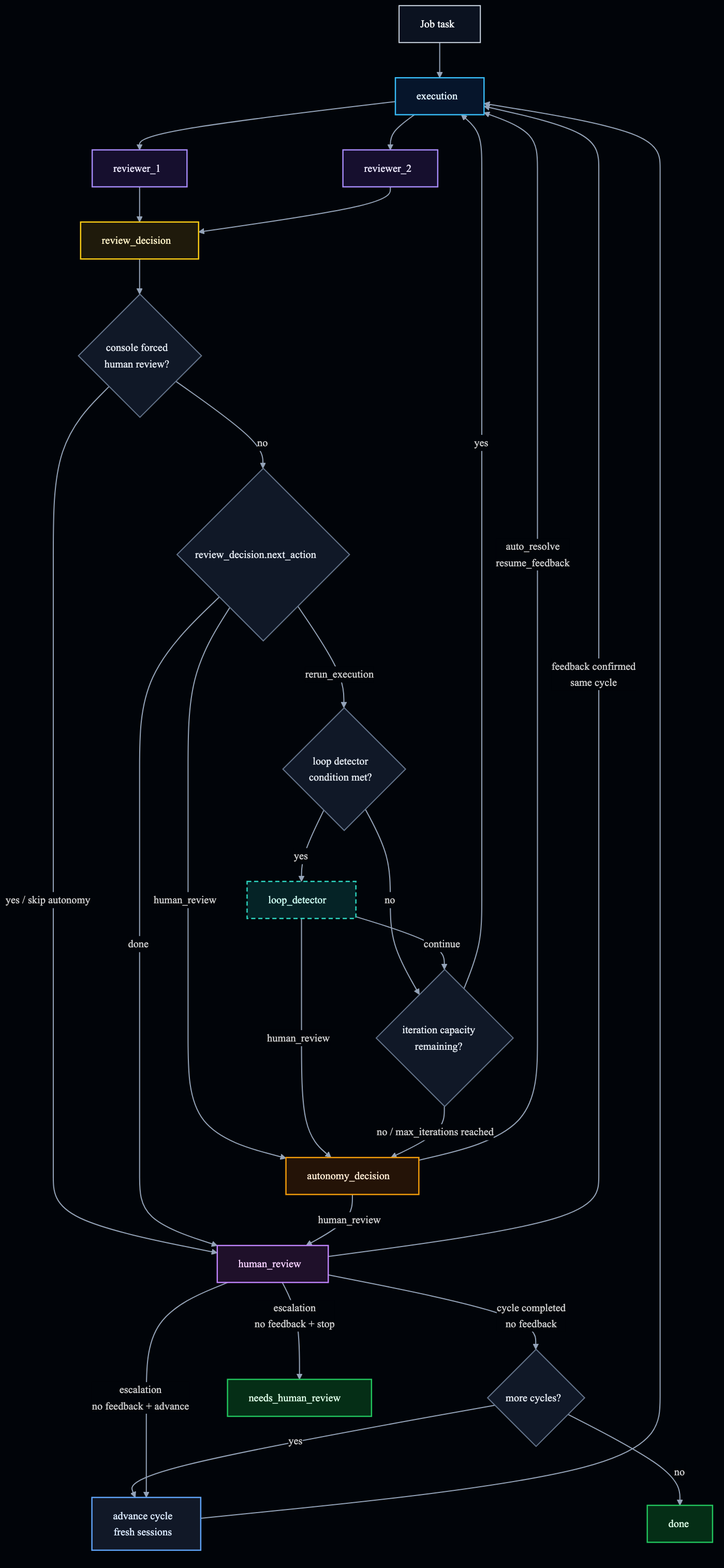
Earlier version of the Mermaid export docs/diagrams/workflow.png (LuWangStudio/council-agentflow). Its source is kept beside it as docs/diagrams/workflow.mmd.
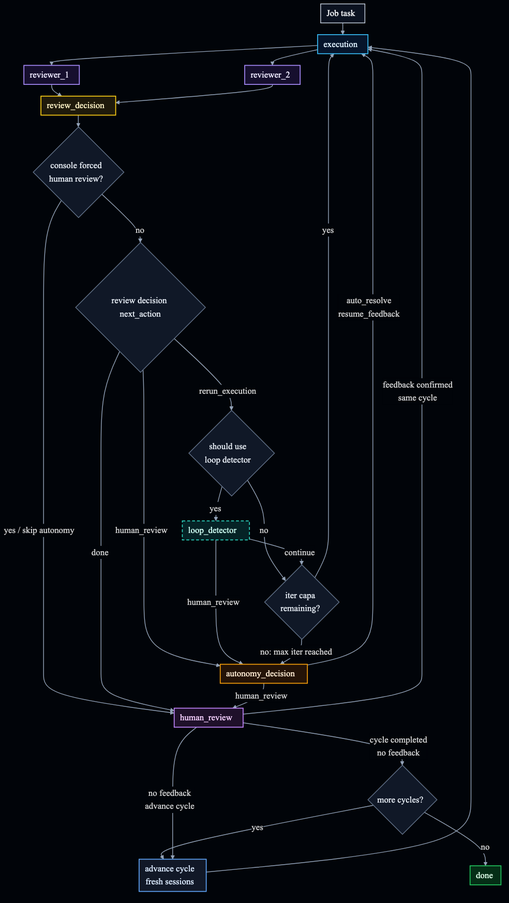
The same file after the commit.

The edit, as a diff of the source:
```diff
@@ -1,4 +1,4 @@
-%%{init: {"theme":"dark","themeVariables":{"background":"#010409","primaryColor":"#0f172a","primaryTextColor":"#f8fafc","primaryBorderColor":"#64748b","lineColor":"#94a3b8","secondaryColor":"#111827","tertiaryColor":"#010409","edgeLabelBackground":"#010409","fontFamily":"Inter, ui-sans-serif, system-ui, -apple-system, BlinkMacSystemFont, Segoe UI, sans-serif","fontSize":"15px"},"flowchart":{"htmlLabels":true,"curve":"basis"}}}%%
+%%{init: {"theme":"dark","themeVariables":{"background":"#010409","primaryColor":"#0f172a","primaryTextColor":"#f8fafc","primaryBorderColor":"#64748b","lineColor":"#94a3b8","secondaryColor":"#111827","tertiaryColor":"#010409","edgeLabelBackground":"#010409","fontFamily":"Inter, ui-sans-serif, system-ui, -apple-system, BlinkMacSystemFont, Segoe UI, sans-serif","fontSize":"18px"},"flowchart":{"htmlLabels":true,"curve":"basis","nodeSpacing":20,"rankSpacing":24,"padding":6}}}%%
 flowchart TD
     job[Job task] --> execution[execution]
 
@@ -9,19 +9,19 @@
 
     review_decision --> force_check{console forced<br/>human review?}
     force_check -->|yes / skip autonomy| human_review[human_review]
-    force_check -->|no| next_action{review_decision.next_action}
+    force_check -->|no| next_action{review decision next_action}
 
     next_action -->|done| human_review
     next_action -->|human_review| autonomy_decision[autonomy_decision]
-    next_action -->|rerun_execution| loop_check{loop detector<br/>condition met?}
+    next_action -->|rerun_execution| loop_check{should use<br/>loop detector}
 
     loop_check -->|yes| loop_detector[loop_detector]
-    loop_check -->|no| iteration_capacity{iteration capacity<br/>remaining?}
+    loop_check -->|no| iteration_capacity{iter capa<br/>remaining?}
     loop_detector -->|continue| iteration_capacity
     loop_detector -->|human_review| autonomy_decision
 
     iteration_capacity -->|yes| execution
-    iteration_capacity -->|no / max_iterations reached| autonomy_decision
+    iteration_capacity -->|no: max iter reached| autonomy_decision
 
     autonomy_decision -->|auto_resolve<br/>resume_feedback| execution
     autonomy_decision -->|human_review| human_review
@@ -31,8 +31,7 @@
     cycle_done -->|yes| next_cycle[advance cycle<br/>fresh sessions]
     cycle_done -->|no| done[done]
 
-    human_review -->|escalation<br/>no feedback + advance| next_cycle
-    human_review -->|escalation<br/>no feedback + stop| needs_human_review[needs_human_review]
+    human_review -->|no feedback<br/>advance cycle| next_cycle
     next_cycle --> execution
 
     linkStyle default stroke:#94a3b8,stroke-width:1.5px;
@@ -57,4 +56,4 @@
     class loop_detector loop;
     class human_review human;
     class next_cycle cycle;
-    class done,needs_human_review terminal;
+    class done terminal;
```
